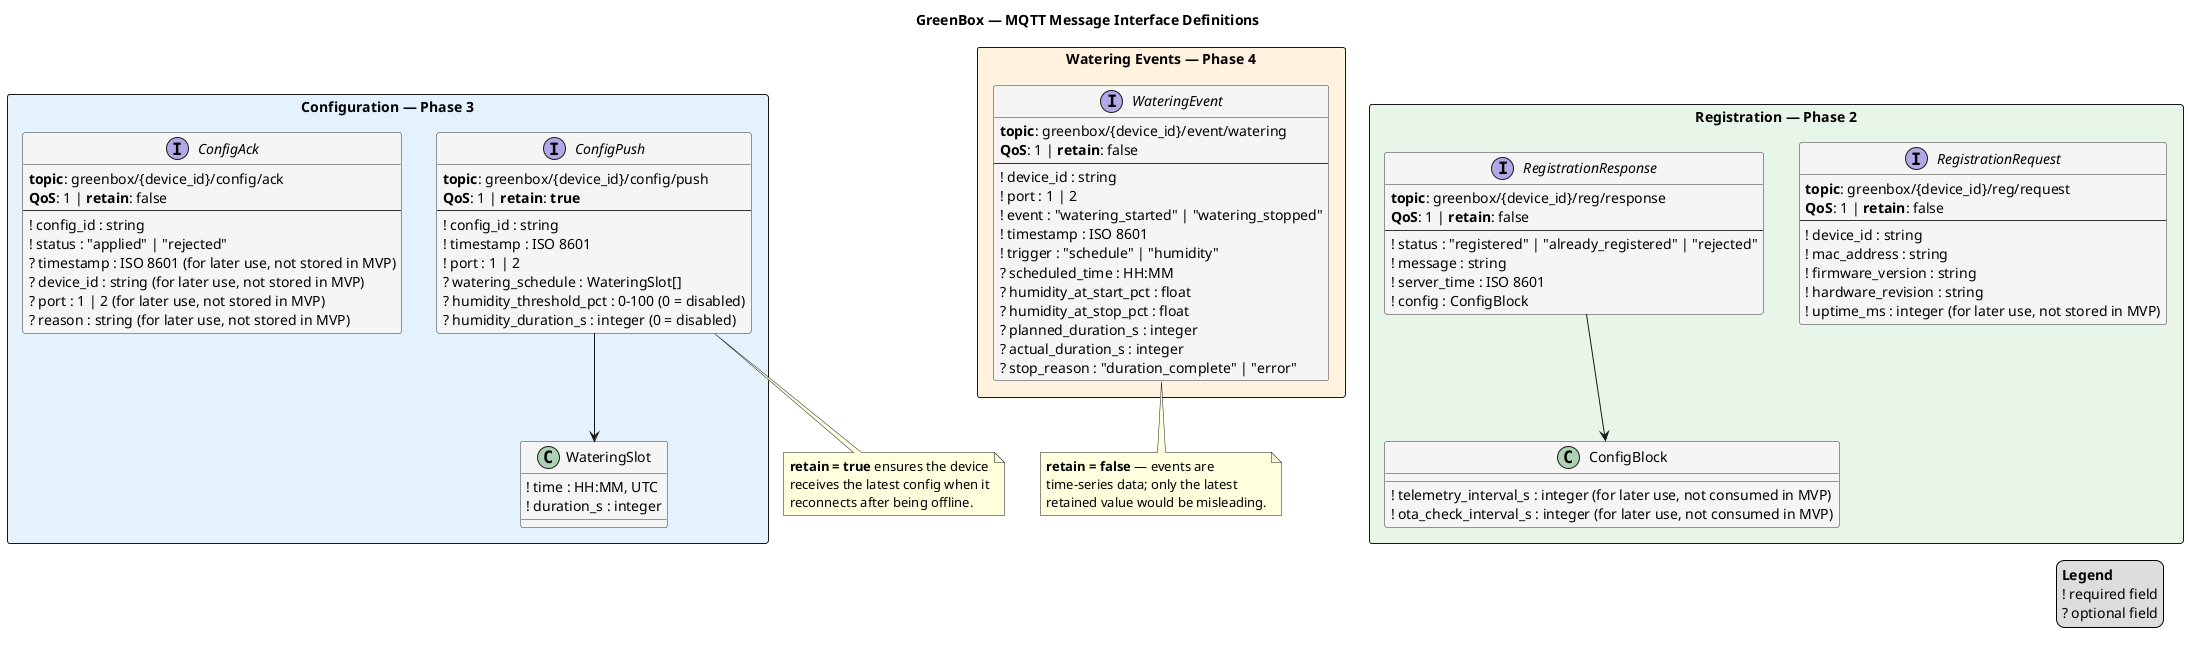
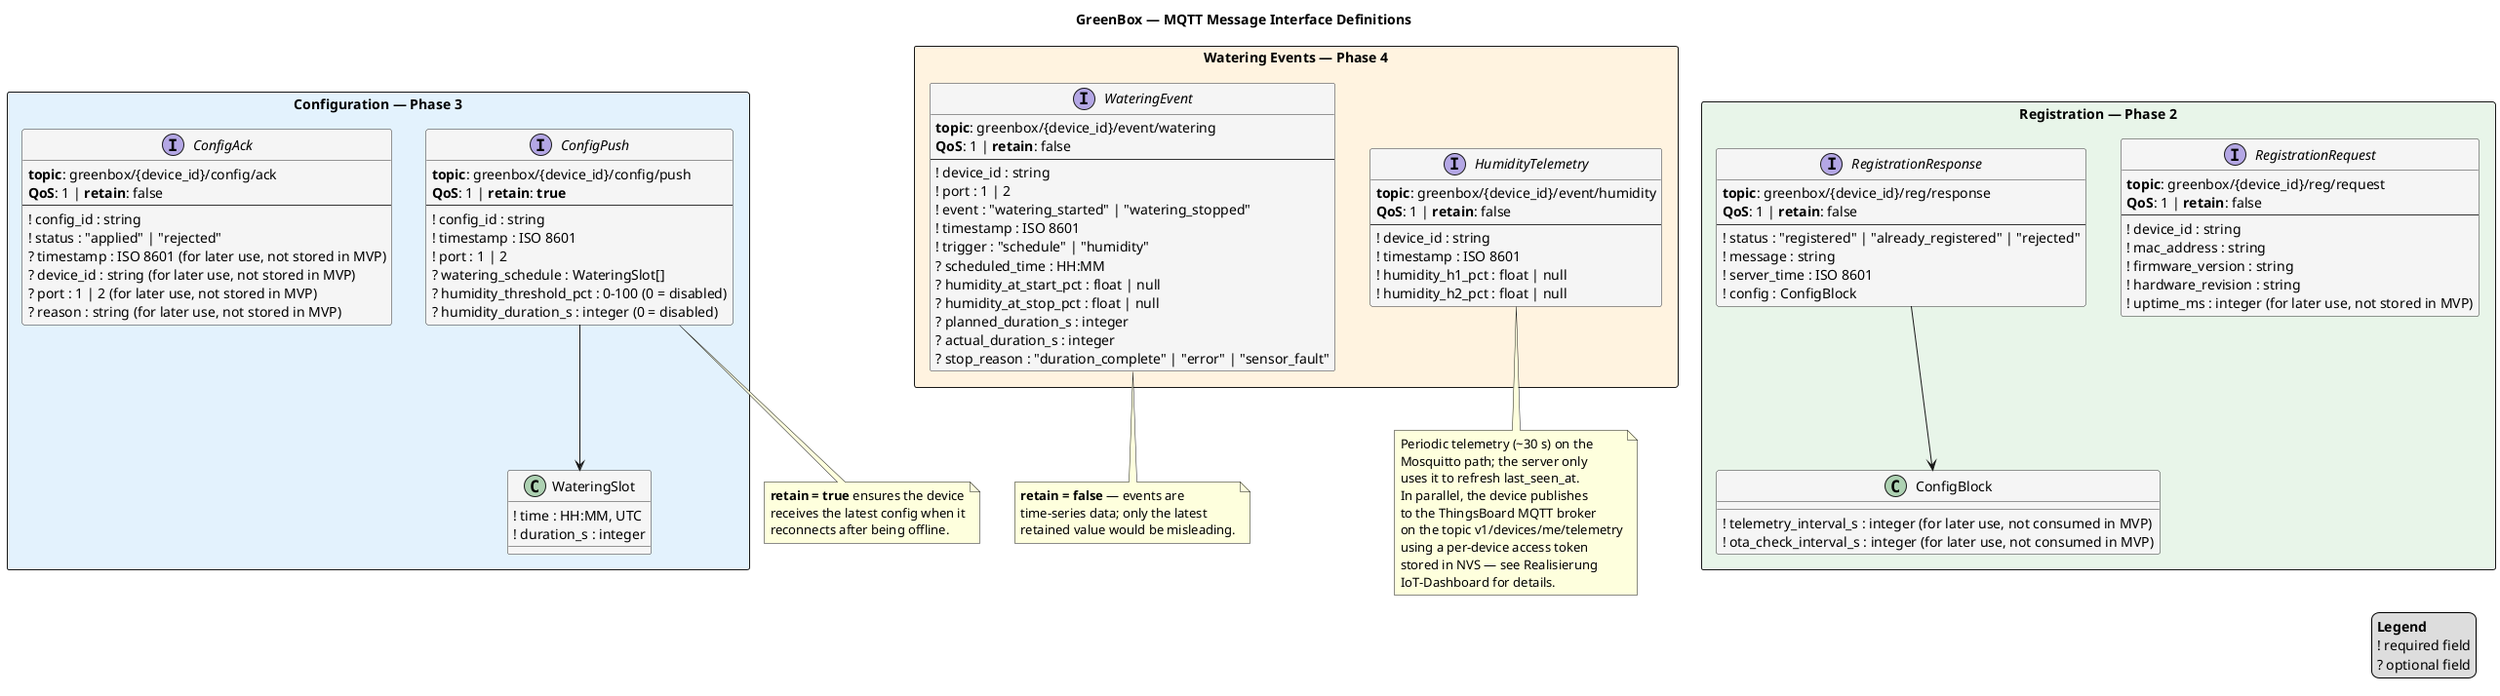
@startuml

title GreenBox — MQTT Message Interface Definitions

skinparam class {
  BackgroundColor #F5F5F5
  BorderColor #333333
}

skinparam package {
  BackgroundColor #FFFFFF
}

package "Registration — Phase 2" <<Rectangle>> #E8F5E9 {

  interface "RegistrationRequest" as RegReq {
    **topic**: greenbox/{device_id}/reg/request
    **QoS**: 1 | **retain**: false
    --
    ! device_id : string
    ! mac_address : string
    ! firmware_version : string
    ! hardware_revision : string
    ! uptime_ms : integer (for later use, not stored in MVP)
  }

  interface "RegistrationResponse" as RegResp {
    **topic**: greenbox/{device_id}/reg/response
    **QoS**: 1 | **retain**: false
    --
    ! status : "registered" | "already_registered" | "rejected"
    ! message : string
    ! server_time : ISO 8601
    ! config : ConfigBlock
  }

  class "ConfigBlock" as CfgBlock {
    ! telemetry_interval_s : integer (for later use, not consumed in MVP)
    ! ota_check_interval_s : integer (for later use, not consumed in MVP)
  }

  RegResp --> CfgBlock
}

package "Configuration — Phase 3" <<Rectangle>> #E3F2FD {

  interface "ConfigPush" as CfgPush {
    **topic**: greenbox/{device_id}/config/push
    **QoS**: 1 | **retain**: **true**
    --
    ! config_id : string
    ! timestamp : ISO 8601
    ! port : 1 | 2
    ? watering_schedule : WateringSlot[]
    ? humidity_threshold_pct : 0–100 (0 = disabled)
    ? humidity_duration_s : integer (0 = disabled)
  }

  interface "ConfigAck" as CfgAck {
    **topic**: greenbox/{device_id}/config/ack
    **QoS**: 1 | **retain**: false
    --
    ! config_id : string
    ! status : "applied" | "rejected"
    ? timestamp : ISO 8601 (for later use, not stored in MVP)
    ? device_id : string (for later use, not stored in MVP)
    ? port : 1 | 2 (for later use, not stored in MVP)
    ? reason : string (for later use, not stored in MVP)
  }

  class "WateringSlot" as WSlot {
    ! time : HH:MM, UTC
    ! duration_s : integer
  }

  CfgPush --> WSlot
}

package "Watering Events — Phase 4" <<Rectangle>> #FFF3E0 {

  interface "WateringEvent" as WEvt {
    **topic**: greenbox/{device_id}/event/watering
    **QoS**: 1 | **retain**: false
    --
    ! device_id : string
    ! port : 1 | 2
    ! event : "watering_started" | "watering_stopped"
    ! timestamp : ISO 8601
    ! trigger : "schedule" | "humidity"
    ? scheduled_time : HH:MM
-     ? humidity_at_start_pct : float
-     ? humidity_at_stop_pct : float
+     ? humidity_at_start_pct : float | null
+     ? humidity_at_stop_pct : float | null
    ? planned_duration_s : integer
    ? actual_duration_s : integer
-     ? stop_reason : "duration_complete" | "error"
+     ? stop_reason : "duration_complete" | "error" | "sensor_fault"
+   }
+ 
+   interface "HumidityTelemetry" as HumEvt {
+     **topic**: greenbox/{device_id}/event/humidity
+     **QoS**: 1 | **retain**: false
+     --
+     ! device_id : string
+     ! timestamp : ISO 8601
+     ! humidity_h1_pct : float | null
+     ! humidity_h2_pct : float | null
  }
}

note bottom of CfgPush
  **retain = true** ensures the device
  receives the latest config when it
  reconnects after being offline.
end note

note bottom of WEvt
  **retain = false** — events are
  time-series data; only the latest
  retained value would be misleading.
end note

+ note bottom of HumEvt
+   Periodic telemetry (~30 s) on the
+   Mosquitto path; the server only
+   uses it to refresh last_seen_at.
+   In parallel, the device publishes
+   to the ThingsBoard MQTT broker
+   on the topic v1/devices/me/telemetry
+   using a per-device access token
+   stored in NVS — see Realisierung
+   IoT-Dashboard for details.
+ end note
+ 
legend right
  **Legend**
  ! required field
  ? optional field
endlegend

@enduml
